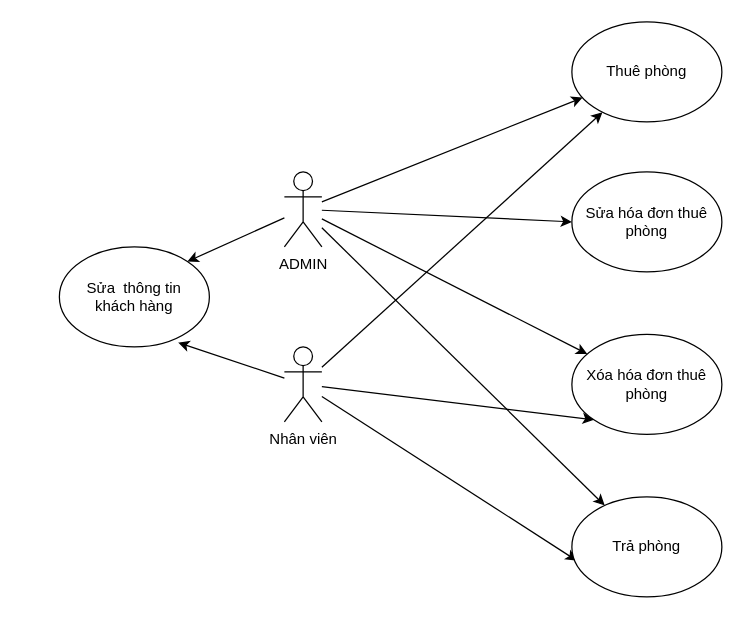
The draw.io diagram page "Quản lý thuê, trả phòng" (9 of 10) of Baocao/Use case.drawio in NguyenDuyHieu987/Java, before the edit. Source tidied: cells renumbered, new cells numbered last; positions are measured from the earlier drawing's top-left corner, leaving out a move shared by most shapes. Both pictures are drawn from the tidied source at 125%, with x=0, y=0 at pixel (59, 21).
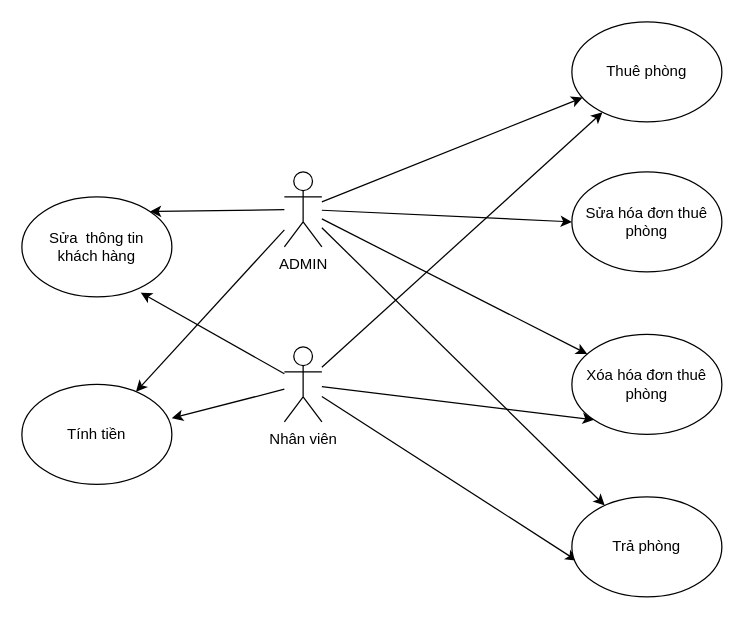
The same page after the edit.

Unchanged cells that the change refers to:
```xml
<mxCell id="7" value="ADMIN" style="shape=umlActor;verticalLabelPosition=bottom;verticalAlign=top;html=1;outlineConnect=0;" parent="1" vertex="1">
  <mxGeometry x="180" y="120" width="30" height="60" as="geometry" />
</mxCell>
<mxCell id="12" value="Nhân viên" style="shape=umlActor;verticalLabelPosition=bottom;verticalAlign=top;html=1;outlineConnect=0;" parent="1" vertex="1">
  <mxGeometry x="180" y="260" width="30" height="60" as="geometry" />
</mxCell>
```

Diff of the diagram source:
```diff
@@
+    <mxCell id="18" style="rounded=0;jettySize=auto;html=1;" parent="1" edge="1" source="7" target="20">
+      <mxGeometry relative="1" as="geometry" />
+    </mxCell>
@@
+    <mxCell id="19" style="edgeStyle=none;rounded=0;jettySize=auto;html=1;entryX=1;entryY=0.338;entryDx=0;entryDy=0;entryPerimeter=0;" parent="1" edge="1" source="12" target="20">
+      <mxGeometry relative="1" as="geometry" />
+    </mxCell>
@@
     <mxCell id="17" value="Sửa&amp;nbsp; thông tin &lt;br&gt;khách hàng" style="ellipse;whiteSpace=wrap;html=1;" parent="1" vertex="1">
-      <mxGeometry y="180" width="120" height="80" as="geometry" />
+      <mxGeometry x="-30" y="140" width="120" height="80" as="geometry" />
     </mxCell>
+    <mxCell id="20" value="Tính tiền" style="ellipse;whiteSpace=wrap;html=1;" parent="1" vertex="1">
+      <mxGeometry x="-30" y="290" width="120" height="80" as="geometry" />
+    </mxCell>
```
